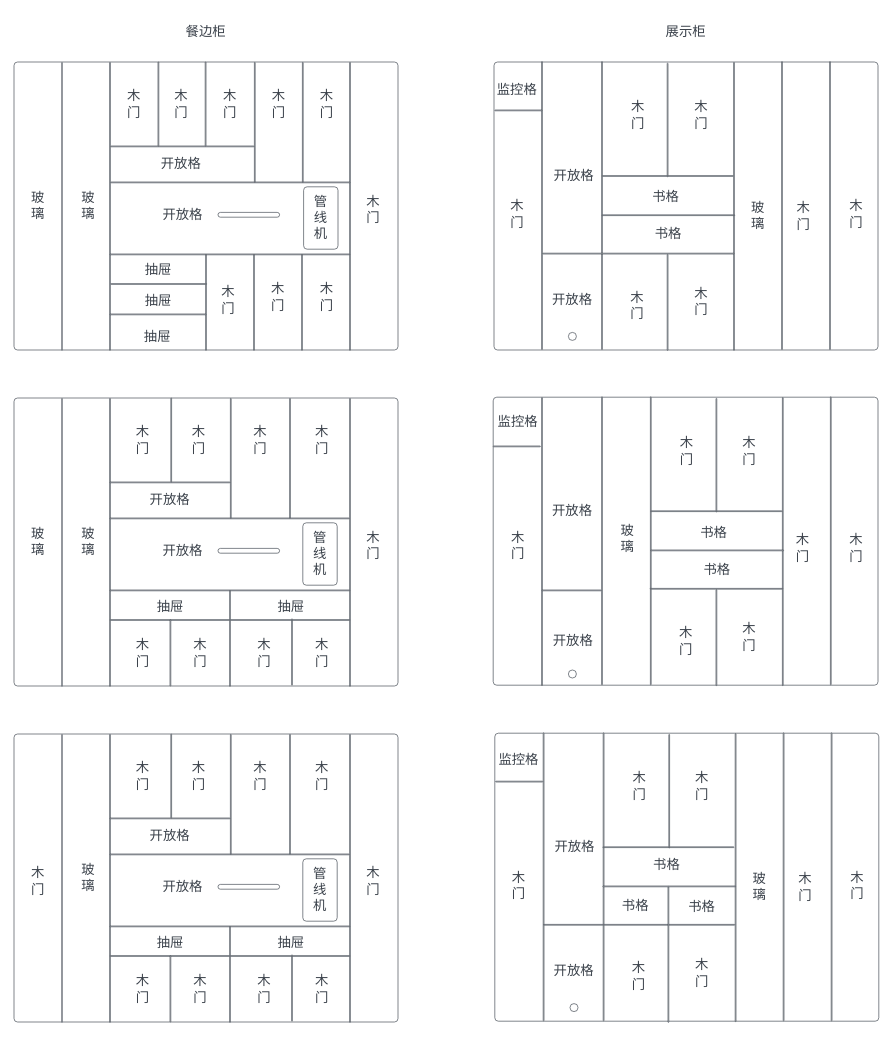
Earlier version of the draw.io diagram files/cabinet-design.drawio (Crab2died/crab2died). Source tidied: cells renumbered, new cells numbered last; positions are measured from the earlier drawing's top-left corner, leaving out a move shared by most shapes. Both pictures are drawn from the tidied source at 80%, with x=0, y=0 at pixel (-82, 14).
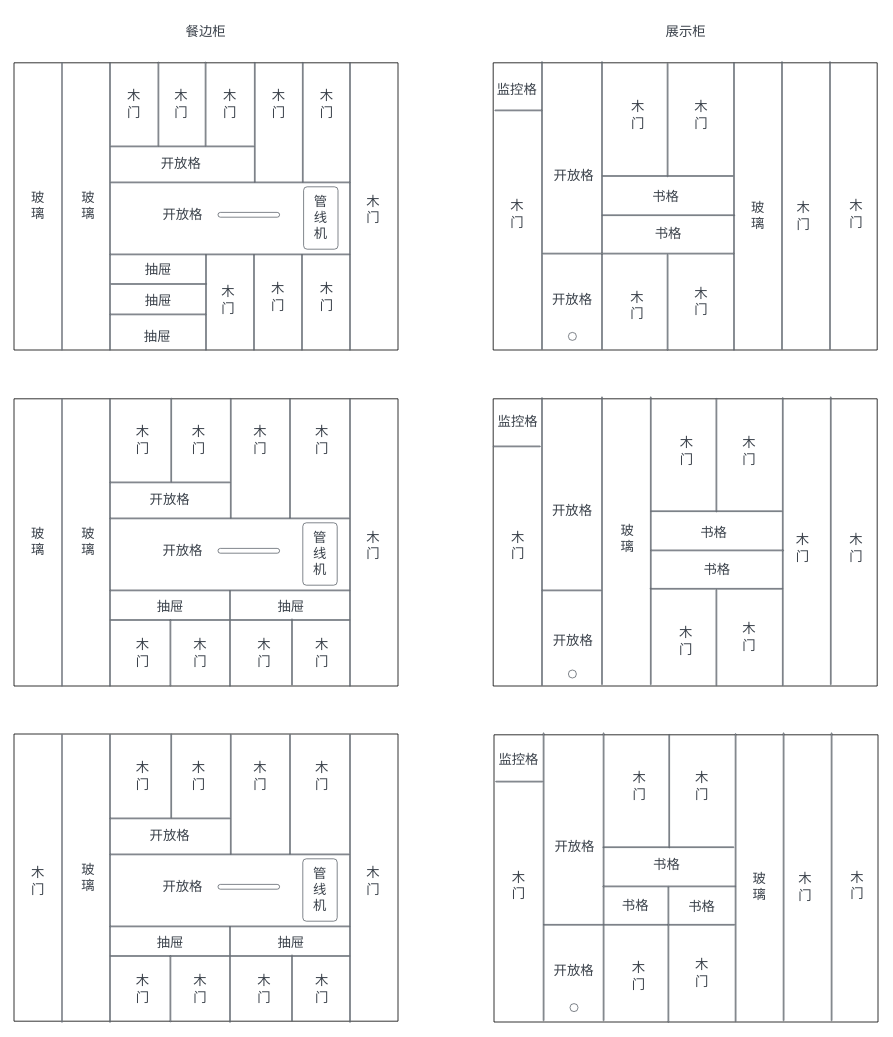
The same diagram, later.

Diff of the diagram source:
```diff
@@
-    <mxCell id="2" style="html=1;overflow=block;blockSpacing=1;whiteSpace=wrap;fontSize=13;spacing=3.8;strokeColor=#3a414a;strokeOpacity=100;rounded=1;absoluteArcSize=1;arcSize=9;strokeWidth=0.8;lucidId=jEi01-_xF6Bx;" parent="1" vertex="1">
-      <mxGeometry x="120" y="60" width="480" height="360" as="geometry" />
-    </mxCell>
+    <mxCell id="180" style="verticalLabelPosition=bottom;verticalAlign=top;html=1;shape=mxgraph.basic.rect;fillColor2=none;strokeWidth=1;size=20;indent=5;" parent="1" vertex="1">
+      <mxGeometry x="720" y="901" width="480" height="359" as="geometry" />
+    </mxCell>
+    <mxCell id="181" style="verticalLabelPosition=bottom;verticalAlign=top;html=1;shape=mxgraph.basic.rect;fillColor2=none;strokeWidth=1;size=20;indent=5;" parent="1" vertex="1">
+      <mxGeometry x="120" y="900" width="480" height="359" as="geometry" />
+    </mxCell>
+    <mxCell id="182" style="verticalLabelPosition=bottom;verticalAlign=top;html=1;shape=mxgraph.basic.rect;fillColor2=none;strokeWidth=1;size=20;indent=5;" parent="1" vertex="1">
+      <mxGeometry x="719" y="481" width="480" height="359" as="geometry" />
+    </mxCell>
+    <mxCell id="183" style="verticalLabelPosition=bottom;verticalAlign=top;html=1;shape=mxgraph.basic.rect;fillColor2=none;strokeWidth=1;size=20;indent=5;" parent="1" vertex="1">
+      <mxGeometry x="120" y="481" width="480" height="359" as="geometry" />
+    </mxCell>
+    <mxCell id="184" style="verticalLabelPosition=bottom;verticalAlign=top;html=1;shape=mxgraph.basic.rect;fillColor2=none;strokeWidth=1;size=20;indent=5;" parent="1" vertex="1">
+      <mxGeometry x="719" y="61" width="480" height="359" as="geometry" />
+    </mxCell>
+    <mxCell id="185" style="verticalLabelPosition=bottom;verticalAlign=top;html=1;shape=mxgraph.basic.rect;fillColor2=none;strokeWidth=1;size=20;indent=5;" parent="1" vertex="1">
+      <mxGeometry x="120" y="61" width="480" height="359" as="geometry" />
+    </mxCell>
@@
-    <mxCell id="35" style="html=1;overflow=block;blockSpacing=1;whiteSpace=wrap;fontSize=13;spacing=9;strokeColor=#3a414a;strokeOpacity=100;rounded=1;absoluteArcSize=1;arcSize=9;strokeWidth=0.8;lucidId=wXi03ys0hibm;" parent="1" vertex="1">
-      <mxGeometry x="720" y="60" width="480" height="360" as="geometry" />
-    </mxCell>
@@
-    <mxCell id="64" style="html=1;overflow=block;blockSpacing=1;whiteSpace=wrap;fontSize=13;spacing=3.8;strokeColor=#3a414a;strokeOpacity=100;rounded=1;absoluteArcSize=1;arcSize=9;strokeWidth=0.8;lucidId=78j0aa3CohmZ;" parent="1" vertex="1">
-      <mxGeometry x="120" y="480" width="480" height="360" as="geometry" />
-    </mxCell>
@@
-    <mxCell id="95" style="html=1;overflow=block;blockSpacing=1;whiteSpace=wrap;fontSize=13;spacing=9;strokeColor=#3a414a;strokeOpacity=100;rounded=1;absoluteArcSize=1;arcSize=9;strokeWidth=0.8;lucidId=q~j0yRQAYcyG;" parent="1" vertex="1">
-      <mxGeometry x="719" y="479" width="481" height="360" as="geometry" />
-    </mxCell>
@@
-    <mxCell id="122" style="html=1;overflow=block;blockSpacing=1;whiteSpace=wrap;fontSize=13;spacing=3.8;strokeColor=#3a414a;strokeOpacity=100;rounded=1;absoluteArcSize=1;arcSize=9;strokeWidth=0.8;lucidId=.hk03YW_002R;" parent="1" vertex="1">
-      <mxGeometry x="120" y="900" width="480" height="360" as="geometry" />
-    </mxCell>
@@
-    <mxCell id="153" style="html=1;overflow=block;blockSpacing=1;whiteSpace=wrap;fontSize=13;spacing=9;strokeColor=#3a414a;strokeOpacity=100;rounded=1;absoluteArcSize=1;arcSize=9;strokeWidth=0.8;lucidId=bkk0GxLPU_CH;" parent="1" vertex="1">
-      <mxGeometry x="721" y="899" width="480" height="360" as="geometry" />
-    </mxCell>
```
